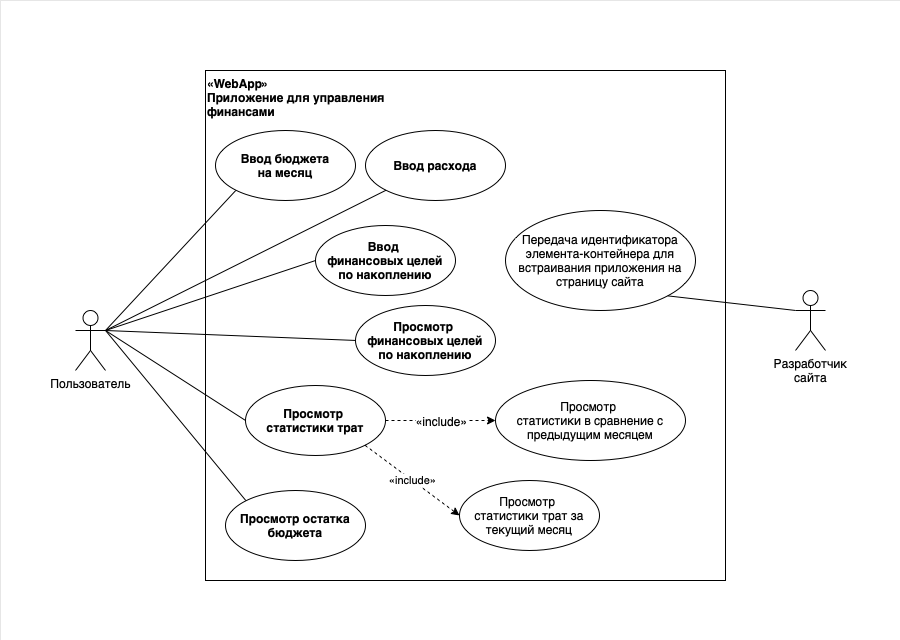
kolpakovee/hse-js keeps this draw.io diagram as KolpakovEgor.png. Above is the earlier version. Source tidied: cells renumbered, new cells last; positions are measured from the earlier drawing's top-left corner, leaving out a move shared by most shapes.
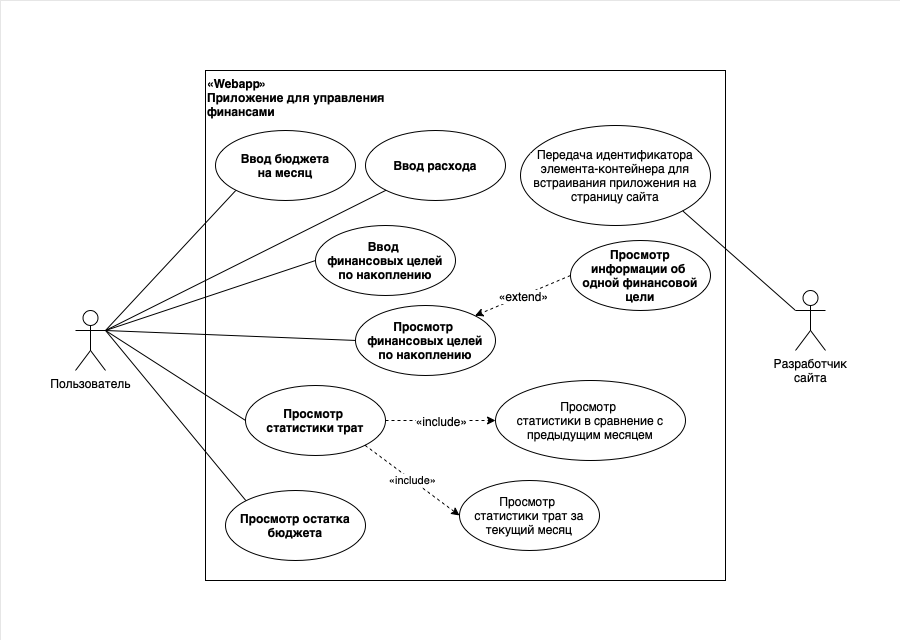
Later version of the same file.

The edit, as a diff of the source:
```diff
@@ -5,7 +5,7 @@
     <mxCell id="2" style="rounded=0;whiteSpace=wrap;html=1;strokeWidth=0;" parent="1" vertex="1">
       <mxGeometry width="900" height="640" as="geometry" />
     </mxCell>
-    <mxCell id="3" value="&lt;b&gt;«WebApp»&amp;nbsp;&lt;br&gt;Приложение для управления &lt;br&gt;финансами&lt;/b&gt;" style="html=1;whiteSpace=wrap;align=left;verticalAlign=top;" parent="1" vertex="1">
+    <mxCell id="3" value="&lt;b&gt;«Webapp»&amp;nbsp;&lt;br&gt;Приложение для управления &lt;br&gt;финансами&lt;/b&gt;" style="html=1;whiteSpace=wrap;align=left;verticalAlign=top;" parent="1" vertex="1">
       <mxGeometry x="205" y="70" width="520" height="510" as="geometry" />
     </mxCell>
     <mxCell id="4" value="Пользователь" style="shape=umlActor;verticalLabelPosition=bottom;verticalAlign=top;html=1;" parent="1" vertex="1">
@@ -45,7 +45,7 @@
       <mxGeometry x="459" y="480" width="140" height="70" as="geometry" />
     </mxCell>
     <mxCell id="16" value="Передача идентификатора элемента-контейнера для встраивания приложения на страницу сайта" style="ellipse;whiteSpace=wrap;html=1;" parent="1" vertex="1">
-      <mxGeometry x="505" y="210" width="190" height="100" as="geometry" />
+      <mxGeometry x="520" y="125" width="190" height="100" as="geometry" />
     </mxCell>
     <mxCell id="17" style="endArrow=none;html=1;rounded=0;exitX=1;exitY=1;exitDx=0;exitDy=0;entryX=0;entryY=0.3333333333333333;entryDx=0;entryDy=0;entryPerimeter=0;" parent="1" edge="1" source="16" target="5">
       <mxGeometry relative="1" as="geometry" />
@@ -74,5 +74,14 @@
     <mxCell id="25" style="endArrow=none;html=1;rounded=0;entryX=0;entryY=0.5;entryDx=0;entryDy=0;exitX=1;exitY=0.3333333333333333;exitDx=0;exitDy=0;exitPerimeter=0;" parent="1" edge="1" source="4" target="24">
       <mxGeometry relative="1" as="geometry" />
     </mxCell>
+    <mxCell id="26" value="&lt;b&gt;Просмотр&lt;br&gt;информации об &lt;br&gt;одной финансовой цели&lt;br&gt;&lt;/b&gt;" style="ellipse;whiteSpace=wrap;html=1;" parent="1" vertex="1">
+      <mxGeometry x="570" y="240" width="140" height="70" as="geometry" />
+    </mxCell>
+    <mxCell id="27" style="endArrow=classic;html=1;rounded=0;exitX=0;exitY=0.5;exitDx=0;exitDy=0;entryX=1;entryY=0;entryDx=0;entryDy=0;dashed=1;" parent="1" edge="1" source="26" target="24">
+      <mxGeometry relative="1" as="geometry" />
+    </mxCell>
+    <mxCell id="28" value="&lt;span style=&quot;border-color: var(--border-color); font-size: 12px; text-align: left;&quot;&gt;«extend»&lt;/span&gt;" style="edgeLabel;html=1;align=center;verticalAlign=middle;" parent="27" vertex="1">
+      <mxGeometry relative="1" as="geometry" />
+    </mxCell>
   </root>
 </mxGraphModel>
```
